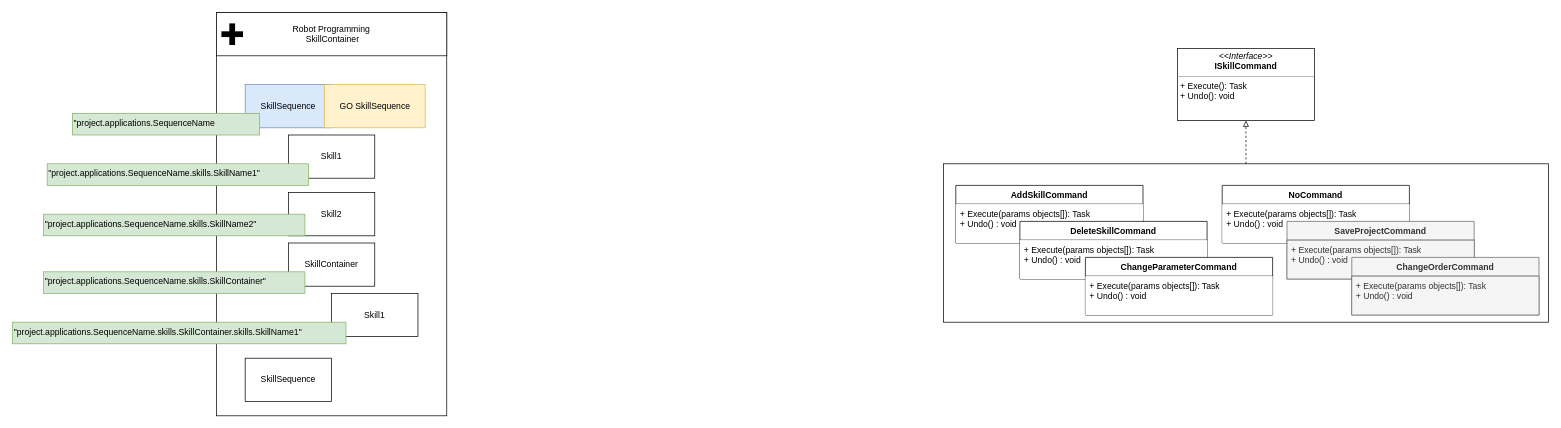
Earlier version of the draw.io diagram page "LatexFigs" (13 of 13) of MAdiagrams.drawio (Gescheld/DrawIO). Source tidied: cells renumbered, new cells numbered last; positions are measured from the earlier drawing's top-left corner, leaving out a move shared by most shapes. Both pictures are drawn from the tidied source at 72%, with x=0, y=0 at pixel (12, 12).
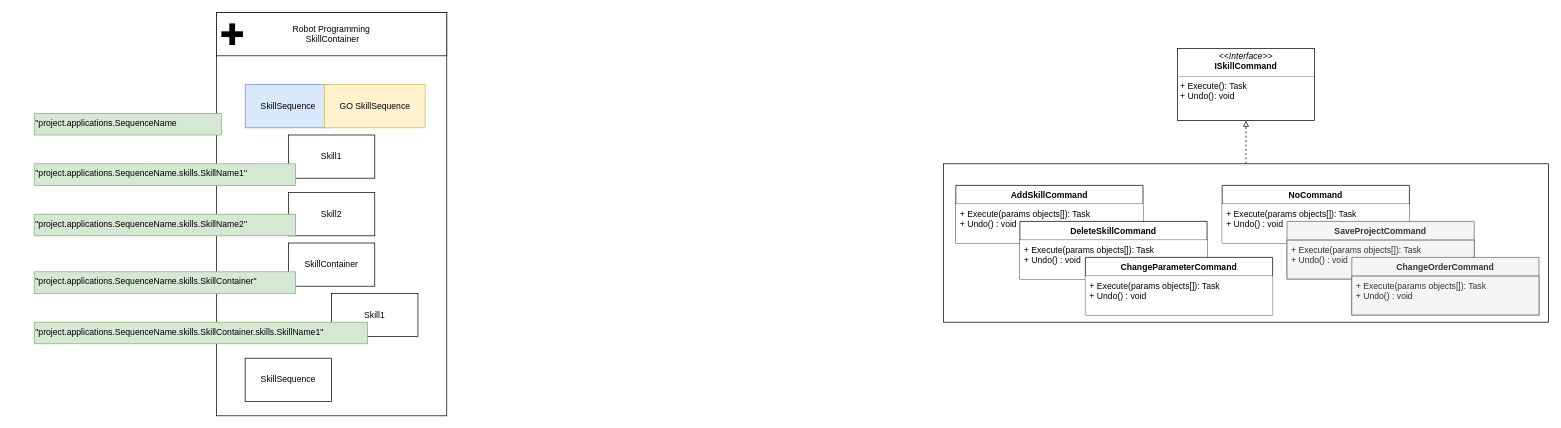
After the change.

Unchanged cells that the change refers to:
```xml
<mxCell id="17" style="group;" parent="1" vertex="1">
  <mxGeometry x="283" width="320" height="560" as="geometry" />
</mxCell>
```

Diff of the diagram source:
```diff
@@
-    <mxCell id="26" value="&lt;span style=&quot;color: rgb(0, 0, 0); font-family: Helvetica; font-size: 12px; font-style: normal; font-variant-ligatures: normal; font-variant-caps: normal; font-weight: 400; letter-spacing: normal; orphans: 2; text-align: left; text-indent: 0px; text-transform: none; widows: 2; word-spacing: 0px; -webkit-text-stroke-width: 0px; text-decoration-thickness: initial; text-decoration-style: initial; text-decoration-color: initial; float: none; display: inline !important;&quot;&gt;&quot;project.applications.SequenceName&lt;/span&gt;" style="text;whiteSpace=wrap;html=1;strokeColor=#82b366;fillColor=#d5e8d4;" parent="17" vertex="1">
-      <mxGeometry x="-200" y="140" width="260" height="30" as="geometry" />
-    </mxCell>
     <mxCell id="27" value="&lt;span style=&quot;color: rgb(0, 0, 0); font-family: Helvetica; font-size: 12px; font-style: normal; font-variant-ligatures: normal; font-variant-caps: normal; font-weight: 400; letter-spacing: normal; orphans: 2; text-align: left; text-indent: 0px; text-transform: none; widows: 2; word-spacing: 0px; -webkit-text-stroke-width: 0px; text-decoration-thickness: initial; text-decoration-style: initial; text-decoration-color: initial; float: none; display: inline !important;&quot;&gt;&quot;project.applications.SequenceName.skills.SkillName2&quot;&lt;/span&gt;" style="text;whiteSpace=wrap;html=1;strokeColor=#82b366;fillColor=#d5e8d4;" parent="17" vertex="1">
-      <mxGeometry x="-240" y="280" width="363" height="30" as="geometry" />
+      <mxGeometry x="-253" y="280" width="363" height="30" as="geometry" />
     </mxCell>
@@
     <mxCell id="29" value="&lt;span style=&quot;color: rgb(0, 0, 0); font-family: Helvetica; font-size: 12px; font-style: normal; font-variant-ligatures: normal; font-variant-caps: normal; font-weight: 400; letter-spacing: normal; orphans: 2; text-align: left; text-indent: 0px; text-transform: none; widows: 2; word-spacing: 0px; -webkit-text-stroke-width: 0px; text-decoration-thickness: initial; text-decoration-style: initial; text-decoration-color: initial; float: none; display: inline !important;&quot;&gt;&quot;project.applications.SequenceName.skills.SkillContainer.skills.SkillName1&quot;&lt;/span&gt;" style="text;whiteSpace=wrap;html=1;strokeColor=#82b366;fillColor=#d5e8d4;" parent="17" vertex="1">
-      <mxGeometry x="-283" y="430" width="463" height="30" as="geometry" />
+      <mxGeometry x="-253" y="430" width="463" height="30" as="geometry" />
     </mxCell>
@@
-    <mxCell id="33" value="&lt;span style=&quot;color: rgb(0, 0, 0); font-family: Helvetica; font-size: 12px; font-style: normal; font-variant-ligatures: normal; font-variant-caps: normal; font-weight: 400; letter-spacing: normal; orphans: 2; text-align: left; text-indent: 0px; text-transform: none; widows: 2; word-spacing: 0px; -webkit-text-stroke-width: 0px; text-decoration-thickness: initial; text-decoration-style: initial; text-decoration-color: initial; float: none; display: inline !important;&quot;&gt;&quot;project.applications.SequenceName.skills.SkillName1&quot;&lt;/span&gt;" style="text;whiteSpace=wrap;html=1;strokeColor=#82b366;fillColor=#d5e8d4;" parent="1" vertex="1">
-      <mxGeometry x="48" y="210" width="363" height="30" as="geometry" />
+    <mxCell id="33" value="&lt;span style=&quot;color: rgb(0, 0, 0); font-family: Helvetica; font-size: 12px; font-style: normal; font-variant-ligatures: normal; font-variant-caps: normal; font-weight: 400; letter-spacing: normal; orphans: 2; text-align: left; text-indent: 0px; text-transform: none; widows: 2; word-spacing: 0px; -webkit-text-stroke-width: 0px; text-decoration-thickness: initial; text-decoration-style: initial; text-decoration-color: initial; float: none; display: inline !important;&quot;&gt;&quot;project.applications.SequenceName.skills.SkillName1&quot;&lt;/span&gt;" style="text;whiteSpace=wrap;html=1;strokeColor=#82b366;fillColor=#d5e8d4;" parent="17" vertex="1">
+      <mxGeometry x="-253" y="210" width="363" height="30" as="geometry" />
     </mxCell>
-    <mxCell id="34" value="&lt;span style=&quot;color: rgb(0, 0, 0); font-family: Helvetica; font-size: 12px; font-style: normal; font-variant-ligatures: normal; font-variant-caps: normal; font-weight: 400; letter-spacing: normal; orphans: 2; text-align: left; text-indent: 0px; text-transform: none; widows: 2; word-spacing: 0px; -webkit-text-stroke-width: 0px; text-decoration-thickness: initial; text-decoration-style: initial; text-decoration-color: initial; float: none; display: inline !important;&quot;&gt;&quot;project.applications.SequenceName.skills.SkillContainer&quot;&lt;/span&gt;" style="text;whiteSpace=wrap;html=1;strokeColor=#82b366;fillColor=#d5e8d4;" parent="1" vertex="1">
-      <mxGeometry x="43" y="360" width="363" height="30" as="geometry" />
+    <mxCell id="34" value="&lt;span style=&quot;color: rgb(0, 0, 0); font-family: Helvetica; font-size: 12px; font-style: normal; font-variant-ligatures: normal; font-variant-caps: normal; font-weight: 400; letter-spacing: normal; orphans: 2; text-align: left; text-indent: 0px; text-transform: none; widows: 2; word-spacing: 0px; -webkit-text-stroke-width: 0px; text-decoration-thickness: initial; text-decoration-style: initial; text-decoration-color: initial; float: none; display: inline !important;&quot;&gt;&quot;project.applications.SequenceName.skills.SkillContainer&quot;&lt;/span&gt;" style="text;whiteSpace=wrap;html=1;strokeColor=#82b366;fillColor=#d5e8d4;" parent="17" vertex="1">
+      <mxGeometry x="-253" y="360" width="363" height="30" as="geometry" />
     </mxCell>
+    <mxCell id="26" value="&lt;span style=&quot;color: rgb(0, 0, 0); font-family: Helvetica; font-size: 12px; font-style: normal; font-variant-ligatures: normal; font-variant-caps: normal; font-weight: 400; letter-spacing: normal; orphans: 2; text-align: left; text-indent: 0px; text-transform: none; widows: 2; word-spacing: 0px; -webkit-text-stroke-width: 0px; text-decoration-thickness: initial; text-decoration-style: initial; text-decoration-color: initial; float: none; display: inline !important;&quot;&gt;&quot;project.applications.SequenceName&lt;/span&gt;" style="text;whiteSpace=wrap;html=1;strokeColor=#82b366;fillColor=#d5e8d4;" parent="17" vertex="1">
+      <mxGeometry x="-253" y="140" width="260" height="30" as="geometry" />
+    </mxCell>
```
